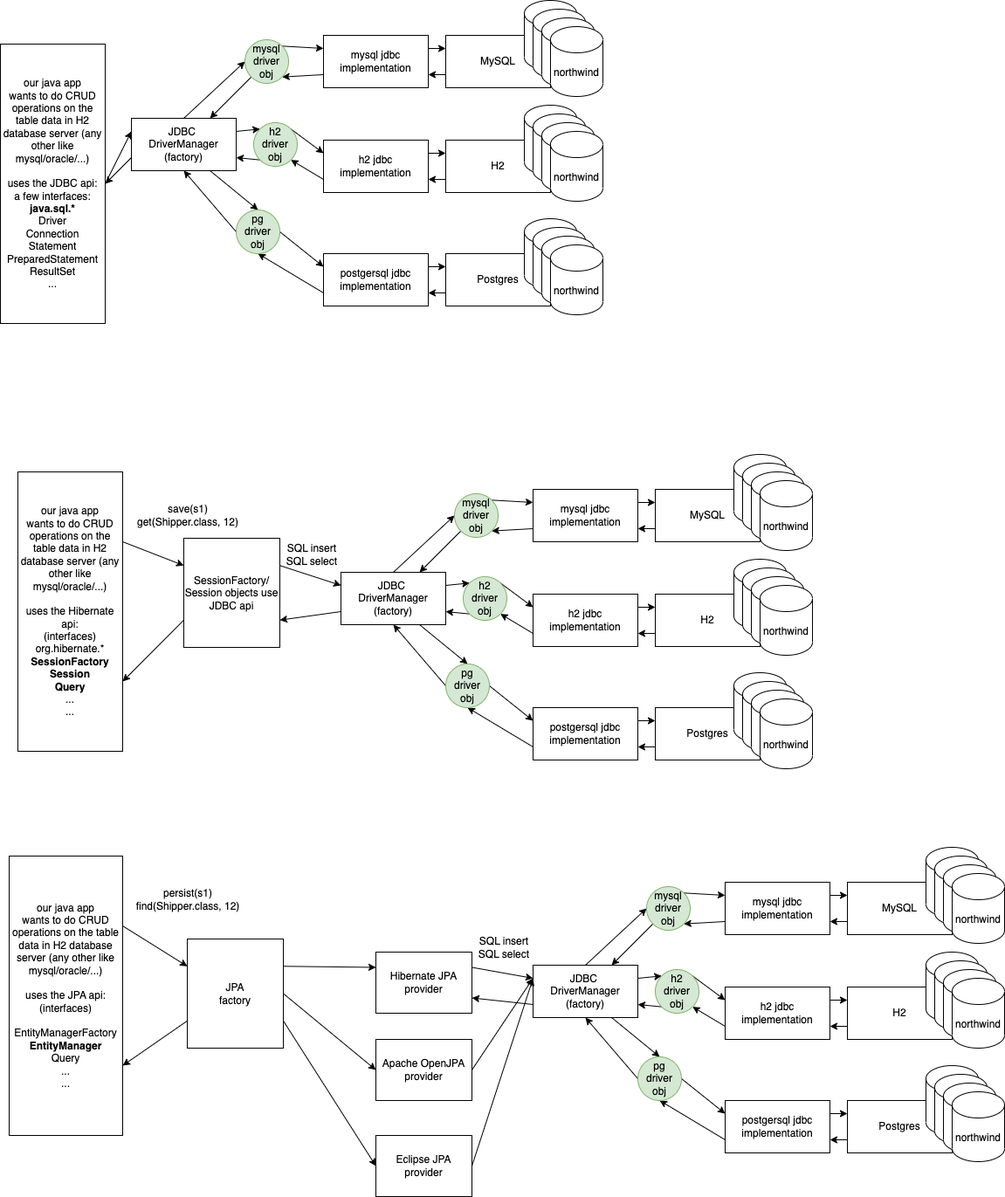
vinod-kayartaya/target-ready-2024 keeps this draw.io diagram as day-07/concepts.dio.png. Above is the earlier version. Source tidied: cells renumbered, new cells last; positions are measured from the earlier drawing's top-left corner, leaving out a move shared by most shapes.
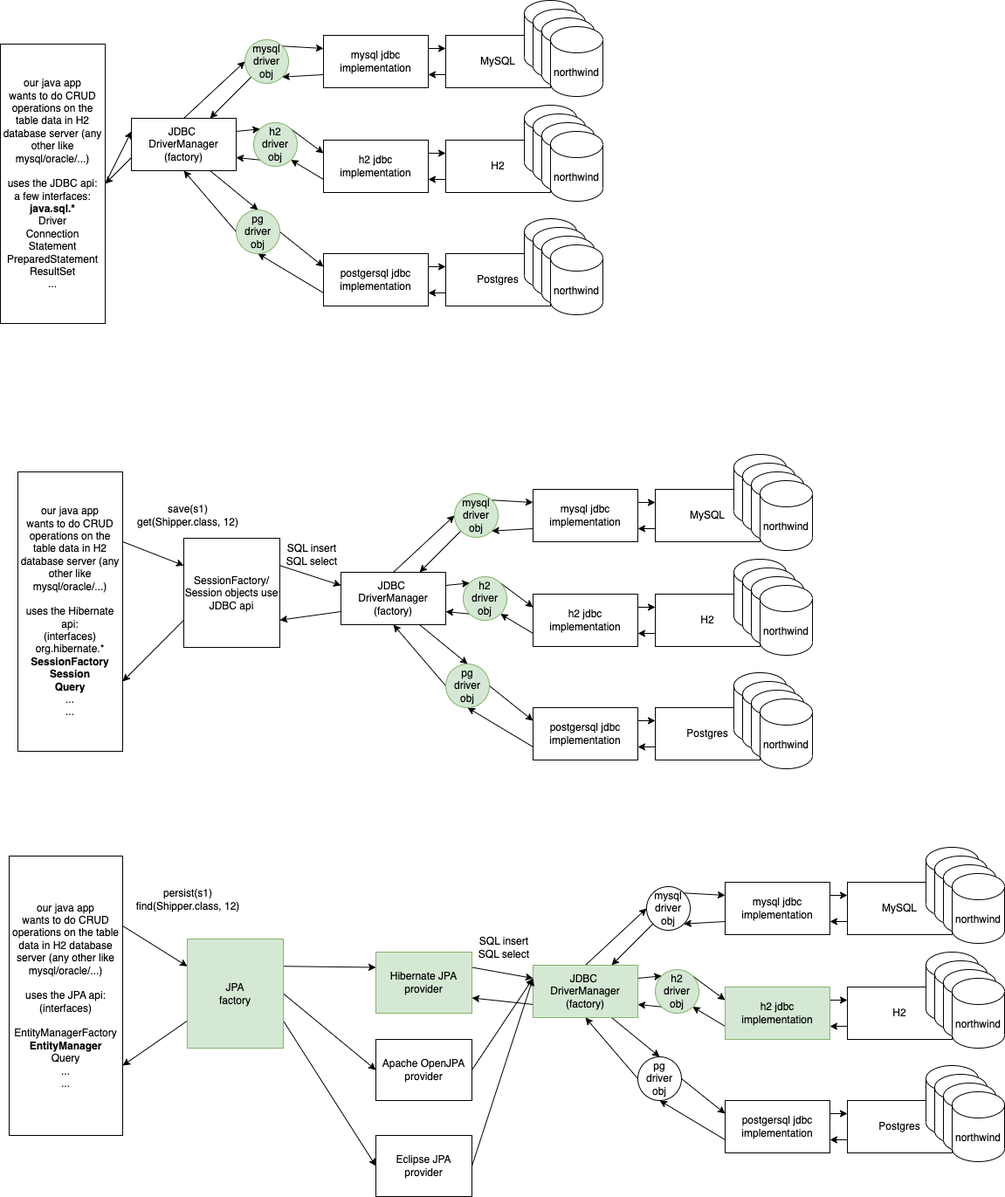
Above is the later version.

Diff of the diagram source:
```diff
@@ -347,7 +347,7 @@
     <mxCell id="116" style="edgeStyle=none;html=1;exitX=0;exitY=0.75;exitDx=0;exitDy=0;entryX=1;entryY=0.75;entryDx=0;entryDy=0;" parent="1" edge="1" source="117" target="137">
       <mxGeometry relative="1" as="geometry" />
     </mxCell>
-    <mxCell id="117" value="JDBC&amp;nbsp;&lt;br&gt;DriverManager&lt;br&gt;(factory)" style="rounded=0;whiteSpace=wrap;html=1;" parent="1" vertex="1">
+    <mxCell id="117" value="JDBC&amp;nbsp;&lt;br&gt;DriverManager&lt;br&gt;(factory)" style="rounded=0;whiteSpace=wrap;html=1;fillColor=#d5e8d4;strokeColor=#82b366;" parent="1" vertex="1">
       <mxGeometry x="610" y="1105" width="120" height="60" as="geometry" />
     </mxCell>
     <mxCell id="118" style="edgeStyle=none;html=1;exitX=1;exitY=0.25;exitDx=0;exitDy=0;entryX=0;entryY=0.25;entryDx=0;entryDy=0;" parent="1" edge="1" source="120" target="96">
@@ -365,7 +365,7 @@
     <mxCell id="122" style="edgeStyle=none;html=1;exitX=0;exitY=0.75;exitDx=0;exitDy=0;entryX=1;entryY=1;entryDx=0;entryDy=0;" parent="1" edge="1" source="123" target="132">
       <mxGeometry relative="1" as="geometry" />
     </mxCell>
-    <mxCell id="123" value="h2 jdbc implementation" style="rounded=0;whiteSpace=wrap;html=1;" parent="1" vertex="1">
+    <mxCell id="123" value="h2 jdbc implementation" style="rounded=0;whiteSpace=wrap;html=1;fillColor=#d5e8d4;strokeColor=#82b366;" parent="1" vertex="1">
       <mxGeometry x="830" y="1130" width="120" height="60" as="geometry" />
     </mxCell>
     <mxCell id="124" style="edgeStyle=none;html=1;exitX=1;exitY=0.25;exitDx=0;exitDy=0;entryX=0;entryY=0.25;entryDx=0;entryDy=0;" parent="1" edge="1" source="126" target="108">
@@ -383,7 +383,7 @@
     <mxCell id="128" style="edgeStyle=none;html=1;exitX=0;exitY=1;exitDx=0;exitDy=0;" parent="1" edge="1" source="129" target="117">
       <mxGeometry relative="1" as="geometry" />
     </mxCell>
-    <mxCell id="129" value="mysql&lt;br&gt;driver&lt;br&gt;obj" style="ellipse;whiteSpace=wrap;html=1;fillColor=#d5e8d4;strokeColor=#82b366;" parent="1" vertex="1">
+    <mxCell id="129" value="mysql&lt;br&gt;driver&lt;br&gt;obj" style="ellipse;whiteSpace=wrap;html=1;" parent="1" vertex="1">
       <mxGeometry x="740" y="1015" width="50" height="50" as="geometry" />
     </mxCell>
     <mxCell id="130" style="edgeStyle=none;html=1;exitX=1;exitY=0;exitDx=0;exitDy=0;entryX=0;entryY=0.25;entryDx=0;entryDy=0;" parent="1" edge="1" source="132" target="123">
@@ -401,13 +401,13 @@
     <mxCell id="134" style="edgeStyle=none;html=1;exitX=0;exitY=0.5;exitDx=0;exitDy=0;entryX=0.5;entryY=1;entryDx=0;entryDy=0;" parent="1" edge="1" source="135" target="117">
       <mxGeometry relative="1" as="geometry" />
     </mxCell>
-    <mxCell id="135" value="pg&lt;br&gt;driver&lt;br&gt;obj" style="ellipse;whiteSpace=wrap;html=1;fillColor=#d5e8d4;strokeColor=#82b366;" parent="1" vertex="1">
+    <mxCell id="135" value="pg&lt;br&gt;driver&lt;br&gt;obj" style="ellipse;whiteSpace=wrap;html=1;" parent="1" vertex="1">
       <mxGeometry x="730" y="1210" width="50" height="50" as="geometry" />
     </mxCell>
     <mxCell id="136" style="edgeStyle=none;html=1;exitX=1;exitY=0.25;exitDx=0;exitDy=0;entryX=0;entryY=0.25;entryDx=0;entryDy=0;" parent="1" edge="1" source="137" target="117">
       <mxGeometry relative="1" as="geometry" />
     </mxCell>
-    <mxCell id="137" value="Hibernate JPA provider" style="rounded=0;whiteSpace=wrap;html=1;" parent="1" vertex="1">
+    <mxCell id="137" value="Hibernate JPA provider" style="rounded=0;whiteSpace=wrap;html=1;fillColor=#d5e8d4;strokeColor=#82b366;" parent="1" vertex="1">
       <mxGeometry x="430" y="1090" width="110" height="70" as="geometry" />
     </mxCell>
     <mxCell id="138" value="persist(s1)&lt;br&gt;find(Shipper.class, 12)" style="text;html=1;strokeColor=none;fillColor=none;align=center;verticalAlign=middle;whiteSpace=wrap;rounded=0;" parent="1" vertex="1">
@@ -428,7 +428,7 @@
     <mxCell id="143" style="edgeStyle=none;html=1;exitX=0;exitY=0.75;exitDx=0;exitDy=0;entryX=1;entryY=0.75;entryDx=0;entryDy=0;" parent="1" edge="1" source="144" target="94">
       <mxGeometry relative="1" as="geometry" />
     </mxCell>
-    <mxCell id="144" value="JPA&lt;br&gt;factory" style="rounded=0;whiteSpace=wrap;html=1;" parent="1" vertex="1">
+    <mxCell id="144" value="JPA&lt;br&gt;factory" style="rounded=0;whiteSpace=wrap;html=1;fillColor=#d5e8d4;strokeColor=#82b366;" parent="1" vertex="1">
       <mxGeometry x="214" y="1075" width="110" height="125" as="geometry" />
     </mxCell>
     <mxCell id="145" style="edgeStyle=none;html=1;exitX=1;exitY=0.5;exitDx=0;exitDy=0;entryX=0;entryY=0.25;entryDx=0;entryDy=0;" parent="1" edge="1" source="146" target="117">
```
